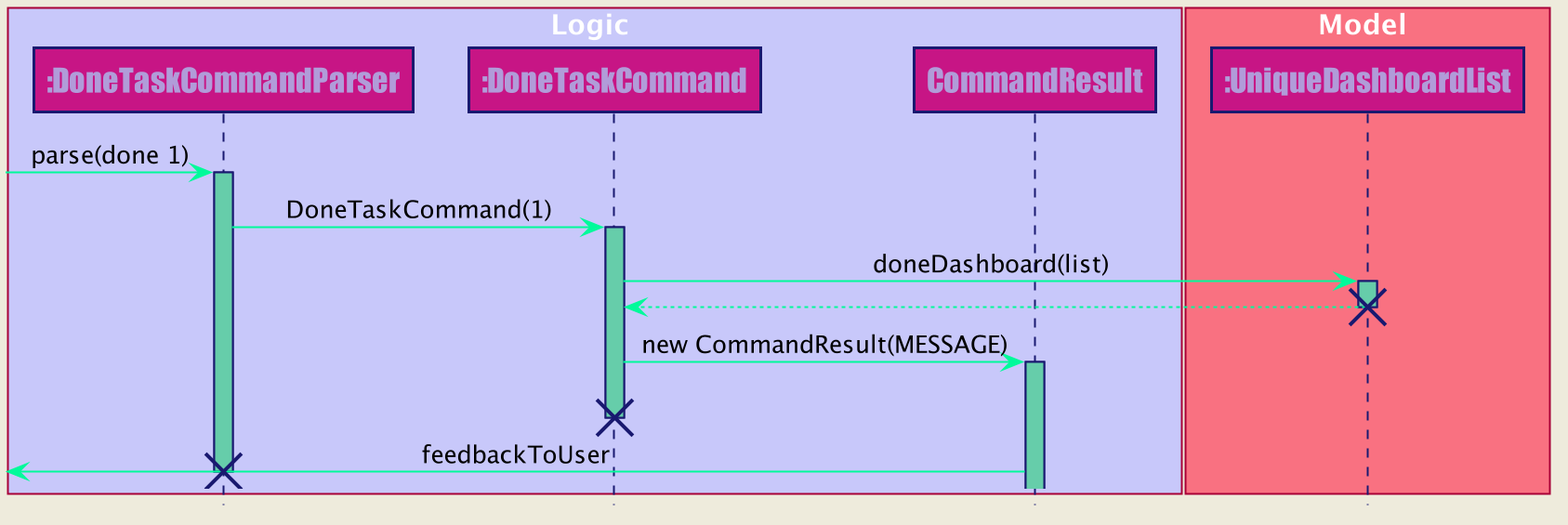
The PlantUML diagram docs/images/DoneTaskSequenceDiagram.png in nus-cs2103-AY1920S1/addressbook-level3, before a commit. The source it was exported from:
```plantuml
@startuml








skinparam BackgroundColor #FFFFFFF

skinparam Shadowing false

skinparam Class {
    FontColor #FFFFFF
    BorderThickness 1
    BorderColor #FFFFFF
    StereotypeFontColor #FFFFFF
    FontName Arial
}

skinparam Actor {
    BorderColor #000000
    Color #000000
    FontName Arial
}

skinparam Sequence {
    MessageAlign center
    BoxFontSize 15
    BoxPadding 0
    BoxFontColor #FFFFFF
    FontName Arial
}

skinparam Participant {
    FontColor #FFFFFFF
    Padding 20
}

skinparam MinClassWidth 50
skinparam ParticipantPadding 10
skinparam Shadowing false
skinparam DefaultTextAlignment center
skinparam packageStyle Rectangle

hide footbox
hide members
hide circle
skinparam backgroundColor #EEEBDC

skinparam sequence {
	ArrowColor MediumSpringGreen
	LifeLineBorderColor MidnightBlue
	LifeLineBackgroundColor MediumAquaMarine

	ParticipantBorderColor MidnightBlue
	ParticipantBackgroundColor MediumVioletRed
	ParticipantFontName Impact
	ParticipantFontSize 17
	ParticipantFontColor MOTIVATION

}
box Logic #C8C8FA
participant ":DoneTaskCommandParser" as A
participant ":DoneTaskCommand" as B
participant "CommandResult" as D
end box
box Model #F97181
participant ":UniqueDashboardList" as C
end box

 -> A: parse(done 1)
activate A

A -> B: DoneTaskCommand(1)
activate B

B -> C: doneDashboard(list)
activate C
C --> B:
destroy C

B -> D: new CommandResult(MESSAGE)
activate D
destroy B

 <- D: feedbackToUser

destroy A

@enduml
```
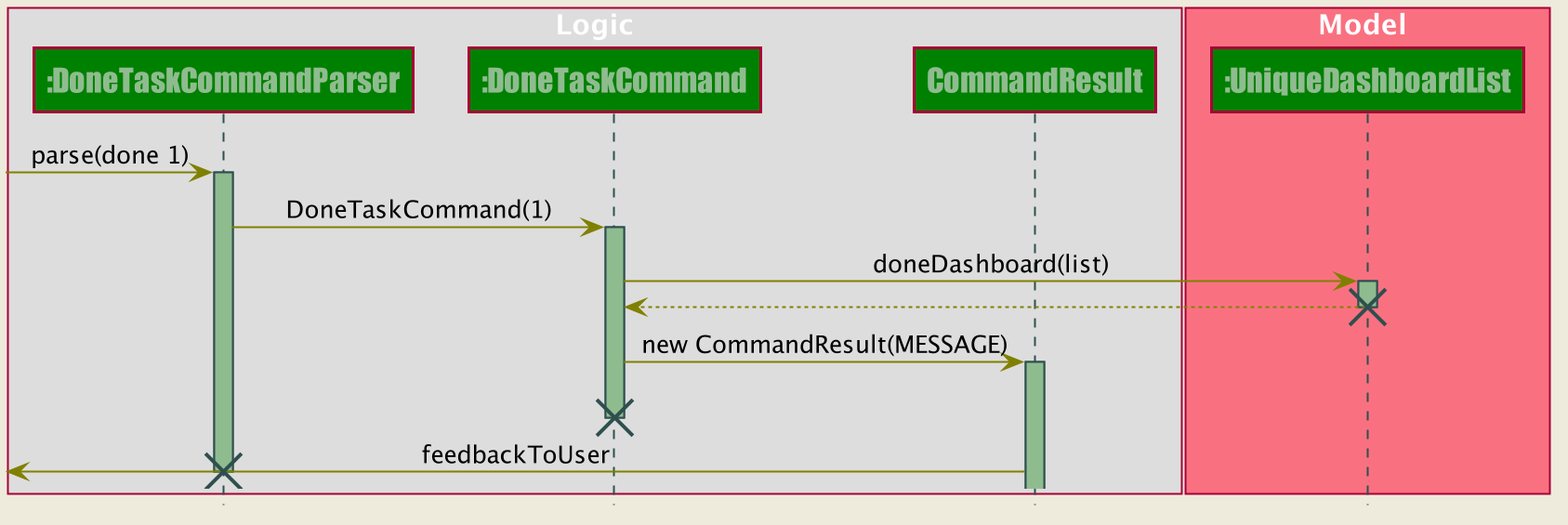
After the change.

What changed in the source:
```diff
@@ -50,18 +50,18 @@
 skinparam backgroundColor #EEEBDC
 
 skinparam sequence {
-	ArrowColor MediumSpringGreen
-	LifeLineBorderColor MidnightBlue
-	LifeLineBackgroundColor MediumAquaMarine
+	ArrowColor Olive
+	LifeLineBorderColor DarkSlateGray
+	LifeLineBackgroundColor DarkSeaGreen
 
-	ParticipantBorderColor MidnightBlue
-	ParticipantBackgroundColor MediumVioletRed
+	ParticipantBackgroundColor Green
 	ParticipantFontName Impact
 	ParticipantFontSize 17
-	ParticipantFontColor MOTIVATION
+	ParticipantFontColor DarkSeaGreen
+
 
 }
-box Logic #C8C8FA
+box Logic
 participant ":DoneTaskCommandParser" as A
 participant ":DoneTaskCommand" as B
 participant "CommandResult" as D
```
